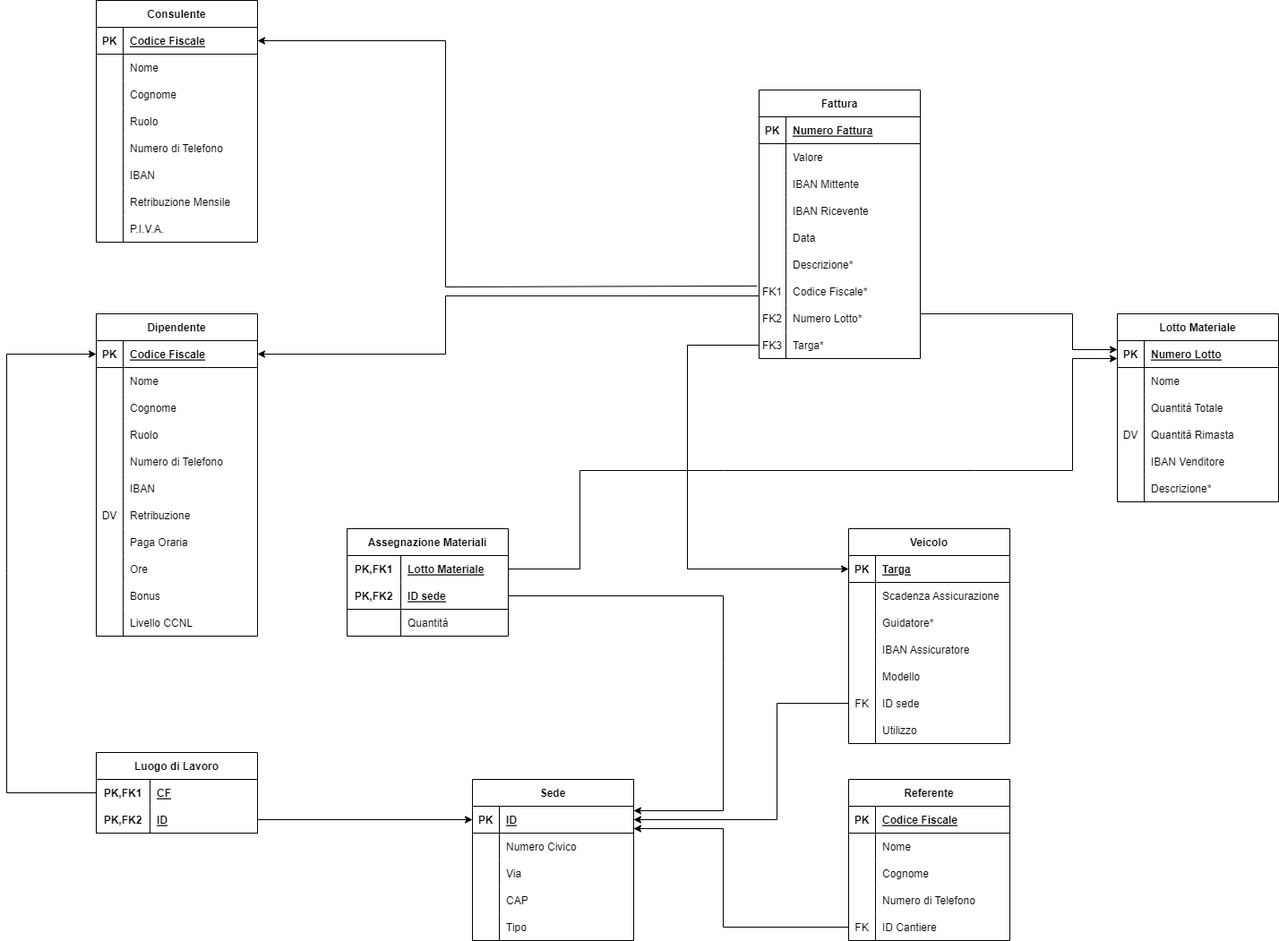
Before: Documentazione/Schema Logico Relazionale.png, a diagram exported from draw.io (JacopoPassariello/BD2022). Source tidied: cells renumbered, new cells last; positions are measured from the earlier drawing's top-left corner, leaving out a move shared by most shapes.
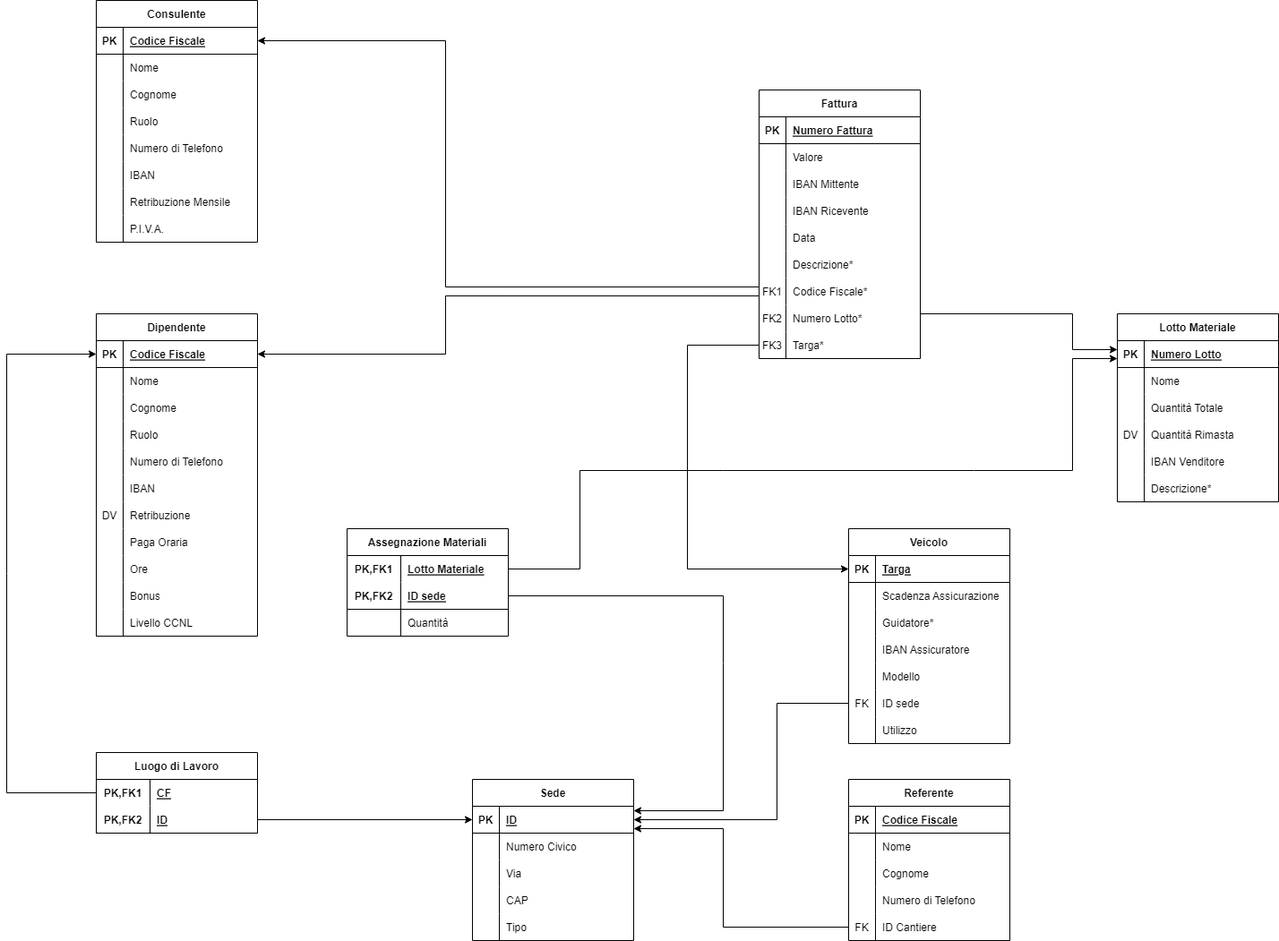
The same diagram one commit later.

Change to the diagram source:
```diff
@@ -592,8 +592,9 @@
         </Array>
       </mxGeometry>
     </mxCell>
-    <mxCell id="186" style="endArrow=classic;html=1;rounded=0;exitX=-0.012;exitY=0.297;exitDx=0;exitDy=0;exitPerimeter=0;entryX=1;entryY=0.5;entryDx=0;entryDy=0;" parent="1" edge="1" source="80" target="3">
+    <mxCell id="186" style="endArrow=classic;html=1;rounded=0;entryX=1;entryY=0.5;entryDx=0;entryDy=0;" parent="1" edge="1" target="3">
       <mxGeometry relative="1" as="geometry">
+        <mxPoint x="840" y="320" as="sourcePoint" />
         <Array as="points">
           <mxPoint x="490" y="320" />
           <mxPoint x="490" y="45" />
```
